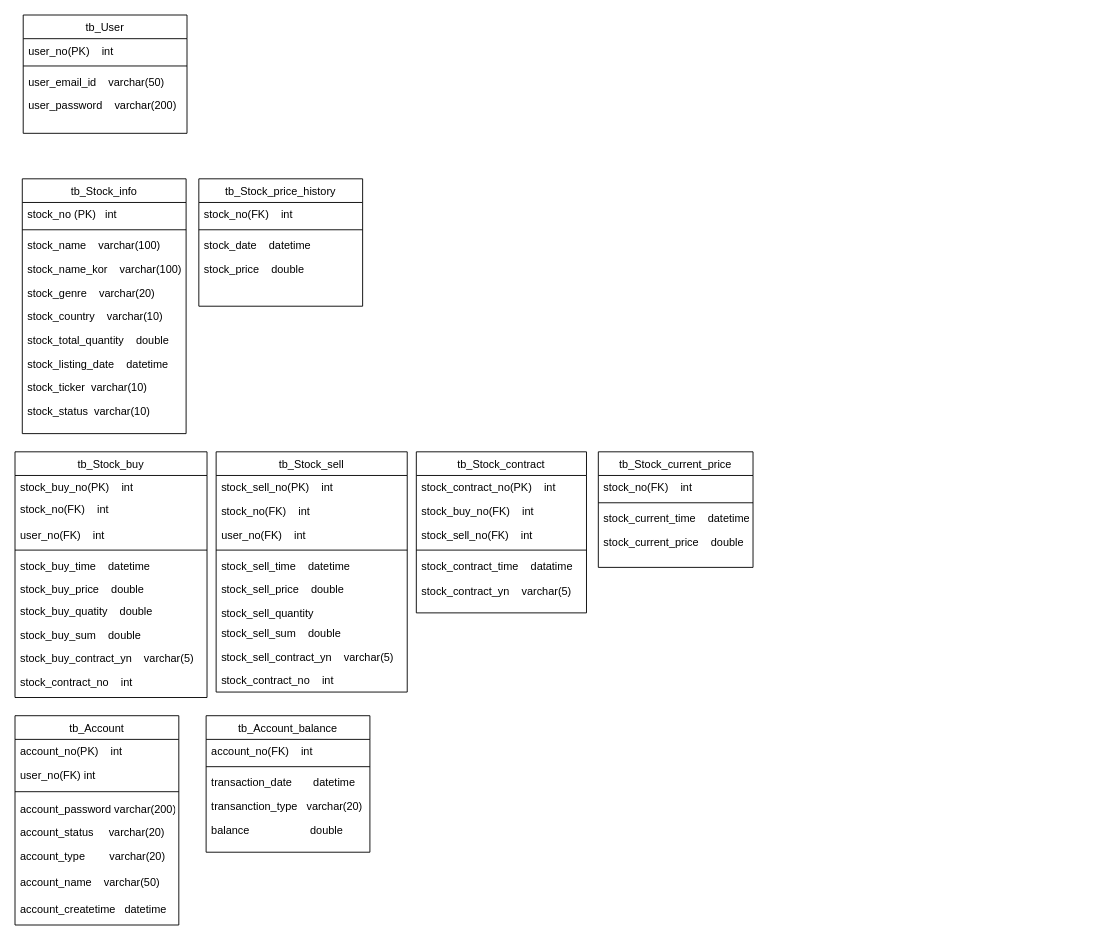
The draw.io diagram stockERD.drawio in kmg4376/hello-world, before the edit. Source tidied: cells renumbered, new cells numbered last; positions are measured from the earlier drawing's top-left corner, leaving out a move shared by most shapes. Both pictures are drawn from the tidied source at 91%, with x=0, y=0 at pixel (15, 15).
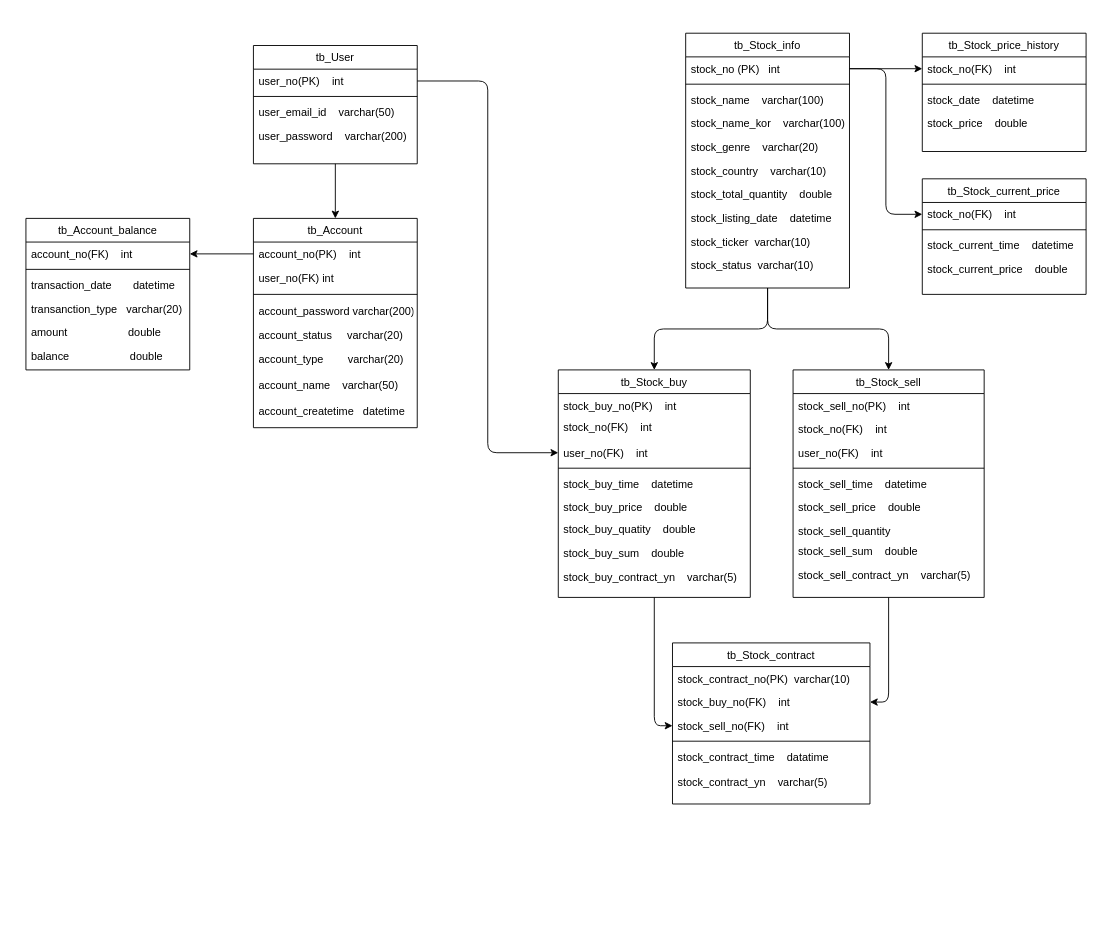
Above is the later version.

Unchanged cells that the change refers to:
```xml
<mxCell id="3" value="user_no(PK)    int" style="text;align=left;verticalAlign=top;spacingLeft=4;spacingRight=4;overflow=hidden;points=[[0,0.5],[1,0.5]];portConstraint=eastwest;" parent="2" vertex="1">
  <mxGeometry y="26" width="180" height="26" as="geometry" />
</mxCell>
<mxCell id="8" value="stock_no(FK)    int" style="text;align=left;verticalAlign=top;spacingLeft=4;spacingRight=4;overflow=hidden;points=[[0,0.5],[1,0.5]];portConstraint=eastwest;" parent="7" vertex="1">
  <mxGeometry y="26" width="180" height="26" as="geometry" />
</mxCell>
<mxCell id="13" value="stock_no (PK)   int" style="text;align=left;verticalAlign=top;spacingLeft=4;spacingRight=4;overflow=hidden;points=[[0,0.5],[1,0.5]];portConstraint=eastwest;" parent="12" vertex="1">
  <mxGeometry y="26" width="180" height="26" as="geometry" />
</mxCell>
<mxCell id="26" value="user_no(FK)    int" style="text;align=left;verticalAlign=top;spacingLeft=4;spacingRight=4;overflow=hidden;points=[[0,0.5],[1,0.5]];portConstraint=eastwest;" parent="23" vertex="1">
  <mxGeometry y="78" width="211" height="26" as="geometry" />
</mxCell>
<mxCell id="58" value="account_no(PK)    int" style="text;align=left;verticalAlign=top;spacingLeft=4;spacingRight=4;overflow=hidden;points=[[0,0.5],[1,0.5]];portConstraint=eastwest;" parent="57" vertex="1">
  <mxGeometry y="26" width="180" height="26" as="geometry" />
</mxCell>
<mxCell id="67" value="account_no(FK)    int" style="text;align=left;verticalAlign=top;spacingLeft=4;spacingRight=4;overflow=hidden;points=[[0,0.5],[1,0.5]];portConstraint=eastwest;" parent="66" vertex="1">
  <mxGeometry y="26" width="180" height="26" as="geometry" />
</mxCell>
```

Change to the diagram source:
```diff
@@
+    <mxCell id="72" style="edgeStyle=orthogonalEdgeStyle;curved=0;rounded=1;sketch=0;jettySize=auto;html=1;exitX=0.5;exitY=1;exitDx=0;exitDy=0;entryX=0.5;entryY=0;entryDx=0;entryDy=0;" parent="1" edge="1" source="2" target="57">
+      <mxGeometry relative="1" as="geometry" />
+    </mxCell>
     <mxCell id="2" value="tb_User" style="swimlane;fontStyle=0;align=center;verticalAlign=top;horizontal=1;startSize=26;rounded=0;shadow=0;strokeWidth=1;" parent="1" vertex="1">
-      <mxGeometry x="9" width="180" height="130" as="geometry" />
+      <mxGeometry x="262" y="33.5" width="180" height="130" as="geometry" />
     </mxCell>
@@
     <mxCell id="7" value="tb_Stock_price_history" style="swimlane;fontStyle=0;align=center;verticalAlign=top;horizontal=1;startSize=26;rounded=0;shadow=0;strokeWidth=1;" parent="1" vertex="1">
-      <mxGeometry x="202" y="180" width="180" height="140" as="geometry" />
+      <mxGeometry x="997" y="20" width="180" height="130" as="geometry" />
     </mxCell>
@@
+    <mxCell id="73" style="edgeStyle=orthogonalEdgeStyle;curved=0;rounded=1;sketch=0;jettySize=auto;html=1;exitX=0.5;exitY=1;exitDx=0;exitDy=0;entryX=0.5;entryY=0;entryDx=0;entryDy=0;" parent="1" edge="1" source="12" target="23">
+      <mxGeometry relative="1" as="geometry" />
+    </mxCell>
+    <mxCell id="74" style="edgeStyle=orthogonalEdgeStyle;curved=0;rounded=1;sketch=0;jettySize=auto;html=1;exitX=0.5;exitY=1;exitDx=0;exitDy=0;" parent="1" edge="1" source="12" target="34">
+      <mxGeometry relative="1" as="geometry" />
+    </mxCell>
     <mxCell id="12" value="tb_Stock_info" style="swimlane;fontStyle=0;align=center;verticalAlign=top;horizontal=1;startSize=26;rounded=0;shadow=0;strokeWidth=1;" parent="1" vertex="1">
-      <mxGeometry x="8" y="180" width="180" height="280" as="geometry" />
+      <mxGeometry x="737" y="20" width="180" height="280" as="geometry" />
     </mxCell>
@@
+    <mxCell id="75" style="edgeStyle=orthogonalEdgeStyle;curved=0;rounded=1;sketch=0;jettySize=auto;html=1;entryX=0;entryY=0.5;entryDx=0;entryDy=0;" parent="1" edge="1" source="23" target="53">
+      <mxGeometry relative="1" as="geometry" />
+    </mxCell>
     <mxCell id="23" value="tb_Stock_buy" style="swimlane;fontStyle=0;align=center;verticalAlign=top;horizontal=1;startSize=26;rounded=0;shadow=0;strokeWidth=1;" parent="1" vertex="1">
-      <mxGeometry y="480" width="211" height="270" as="geometry" />
+      <mxGeometry x="597" y="390" width="211" height="250" as="geometry" />
     </mxCell>
@@
-    <mxCell id="33" value="stock_contract_no    int" style="text;align=left;verticalAlign=top;spacingLeft=4;spacingRight=4;overflow=hidden;" parent="23" vertex="1">
-      <mxGeometry y="240" width="211" height="26" as="geometry" />
-    </mxCell>
+    <mxCell id="76" style="edgeStyle=orthogonalEdgeStyle;curved=0;rounded=1;sketch=0;jettySize=auto;html=1;exitX=0.5;exitY=1;exitDx=0;exitDy=0;entryX=1;entryY=0.5;entryDx=0;entryDy=0;" parent="1" edge="1" source="34" target="52">
+      <mxGeometry relative="1" as="geometry" />
+    </mxCell>
     <mxCell id="34" value="tb_Stock_sell" style="swimlane;fontStyle=0;align=center;verticalAlign=top;horizontal=1;startSize=26;rounded=0;shadow=0;strokeWidth=1;" parent="1" vertex="1">
-      <mxGeometry x="221" y="480" width="210" height="264" as="geometry" />
+      <mxGeometry x="855" y="390" width="210" height="250" as="geometry" />
     </mxCell>
@@
-    <mxCell id="44" value="stock_contract_no    int" style="text;align=left;verticalAlign=top;spacingLeft=4;spacingRight=4;overflow=hidden;" parent="34" vertex="1">
-      <mxGeometry y="238" width="210" height="26" as="geometry" />
-    </mxCell>
     <mxCell id="45" value="tb_Stock_current_price" style="swimlane;fontStyle=0;align=center;verticalAlign=top;horizontal=1;startSize=26;rounded=0;shadow=0;strokeWidth=1;" parent="1" vertex="1">
-      <mxGeometry x="641" y="480" width="170" height="127" as="geometry" />
+      <mxGeometry x="997" y="180" width="180" height="127" as="geometry" />
     </mxCell>
     <mxCell id="46" value="stock_no(FK)    int" style="text;align=left;verticalAlign=top;spacingLeft=4;spacingRight=4;overflow=hidden;points=[[0,0.5],[1,0.5]];portConstraint=eastwest;" parent="45" vertex="1">
-      <mxGeometry y="26" width="170" height="26" as="geometry" />
+      <mxGeometry y="26" width="180" height="26" as="geometry" />
     </mxCell>
     <mxCell id="47" style="line;html=1;strokeWidth=1;align=left;verticalAlign=middle;spacingTop=-1;spacingLeft=3;spacingRight=3;labelPosition=right;" parent="45" vertex="1">
-      <mxGeometry y="52" width="170" height="8" as="geometry" />
+      <mxGeometry y="52" width="180" height="8" as="geometry" />
     </mxCell>
     <mxCell id="48" value="stock_current_time    datetime" style="text;align=left;verticalAlign=top;spacingLeft=4;spacingRight=4;overflow=hidden;" parent="45" vertex="1">
-      <mxGeometry y="60" width="170" height="26" as="geometry" />
+      <mxGeometry y="60" width="180" height="26" as="geometry" />
     </mxCell>
     <mxCell id="49" value="stock_current_price    double" style="text;align=left;verticalAlign=top;spacingLeft=4;spacingRight=4;overflow=hidden;" parent="45" vertex="1">
-      <mxGeometry y="86" width="170" height="26" as="geometry" />
+      <mxGeometry y="86" width="180" height="26" as="geometry" />
     </mxCell>
     <mxCell id="50" value="tb_Stock_contract" style="swimlane;fontStyle=0;align=center;verticalAlign=top;horizontal=1;startSize=26;rounded=0;shadow=0;strokeWidth=1;" parent="1" vertex="1">
-      <mxGeometry x="441" y="480" width="187" height="177" as="geometry" />
+      <mxGeometry x="722.5" y="690" width="217" height="177" as="geometry" />
     </mxCell>
-    <mxCell id="51" value="stock_contract_no(PK)    int" style="text;align=left;verticalAlign=top;spacingLeft=4;spacingRight=4;overflow=hidden;" parent="50" vertex="1">
-      <mxGeometry y="26" width="187" height="26" as="geometry" />
+    <mxCell id="51" value="stock_contract_no(PK)  varchar(10)" style="text;align=left;verticalAlign=top;spacingLeft=4;spacingRight=4;overflow=hidden;" parent="50" vertex="1">
+      <mxGeometry y="26" width="217" height="26" as="geometry" />
     </mxCell>
     <mxCell id="52" value="stock_buy_no(FK)    int" style="text;align=left;verticalAlign=top;spacingLeft=4;spacingRight=4;overflow=hidden;points=[[0,0.5],[1,0.5]];portConstraint=eastwest;" parent="50" vertex="1">
-      <mxGeometry y="52" width="187" height="26" as="geometry" />
+      <mxGeometry y="52" width="217" height="26" as="geometry" />
     </mxCell>
     <mxCell id="53" value="stock_sell_no(FK)    int" style="text;align=left;verticalAlign=top;spacingLeft=4;spacingRight=4;overflow=hidden;points=[[0,0.5],[1,0.5]];portConstraint=eastwest;" parent="50" vertex="1">
-      <mxGeometry y="78" width="187" height="26" as="geometry" />
+      <mxGeometry y="78" width="217" height="26" as="geometry" />
     </mxCell>
     <mxCell id="54" style="line;html=1;strokeWidth=1;align=left;verticalAlign=middle;spacingTop=-1;spacingLeft=3;spacingRight=3;labelPosition=right;" parent="50" vertex="1">
-      <mxGeometry y="104" width="187" height="8" as="geometry" />
+      <mxGeometry y="104" width="217" height="8" as="geometry" />
     </mxCell>
     <mxCell id="55" value="stock_contract_time    datatime" style="text;align=left;verticalAlign=top;spacingLeft=4;spacingRight=4;overflow=hidden;" parent="50" vertex="1">
-      <mxGeometry y="112" width="187" height="28" as="geometry" />
+      <mxGeometry y="112" width="217" height="28" as="geometry" />
     </mxCell>
     <mxCell id="56" value="stock_contract_yn    varchar(5)" style="text;align=left;verticalAlign=top;spacingLeft=4;spacingRight=4;overflow=hidden;" parent="50" vertex="1">
-      <mxGeometry y="140" width="187" height="28" as="geometry" />
+      <mxGeometry y="140" width="217" height="28" as="geometry" />
     </mxCell>
     <mxCell id="57" value="tb_Account" style="swimlane;fontStyle=0;align=center;verticalAlign=top;horizontal=1;startSize=26;rounded=0;shadow=0;strokeWidth=1;" parent="1" vertex="1">
-      <mxGeometry y="770" width="180" height="230" as="geometry" />
+      <mxGeometry x="262" y="223.5" width="180" height="230" as="geometry" />
     </mxCell>
@@
     <mxCell id="66" value="tb_Account_balance" style="swimlane;fontStyle=0;align=center;verticalAlign=top;horizontal=1;startSize=26;rounded=0;shadow=0;strokeWidth=1;" parent="1" vertex="1">
-      <mxGeometry x="210" y="770" width="180" height="150" as="geometry" />
+      <mxGeometry x="12" y="223.5" width="180" height="166.5" as="geometry" />
     </mxCell>
@@
-    <mxCell id="71" value="balance                    double" style="text;align=left;verticalAlign=top;spacingLeft=4;spacingRight=4;overflow=hidden;" parent="66" vertex="1">
+    <mxCell id="71" value="amount                    double&#10;" style="text;align=left;verticalAlign=top;spacingLeft=4;spacingRight=4;overflow=hidden;" parent="66" vertex="1">
       <mxGeometry y="112" width="180" height="26" as="geometry" />
     </mxCell>
+    <mxCell id="77" value="balance                    double" style="text;align=left;verticalAlign=top;spacingLeft=4;spacingRight=4;overflow=hidden;" parent="66" vertex="1">
+      <mxGeometry y="138" width="180" height="26" as="geometry" />
+    </mxCell>
+    <mxCell id="78" style="edgeStyle=orthogonalEdgeStyle;curved=0;rounded=1;sketch=0;jettySize=auto;html=1;exitX=1;exitY=0.5;exitDx=0;exitDy=0;" parent="1" edge="1" source="13" target="8">
+      <mxGeometry relative="1" as="geometry" />
+    </mxCell>
+    <mxCell id="79" style="edgeStyle=orthogonalEdgeStyle;curved=0;rounded=1;sketch=0;jettySize=auto;html=1;exitX=1;exitY=0.5;exitDx=0;exitDy=0;entryX=0;entryY=0.5;entryDx=0;entryDy=0;" parent="1" edge="1" source="13" target="46">
+      <mxGeometry relative="1" as="geometry" />
+    </mxCell>
+    <mxCell id="80" style="edgeStyle=orthogonalEdgeStyle;curved=0;rounded=1;sketch=0;jettySize=auto;html=1;exitX=0;exitY=0.5;exitDx=0;exitDy=0;entryX=1;entryY=0.5;entryDx=0;entryDy=0;" parent="1" edge="1" source="58" target="67">
+      <mxGeometry relative="1" as="geometry" />
+    </mxCell>
+    <mxCell id="81" style="edgeStyle=orthogonalEdgeStyle;curved=0;rounded=1;sketch=0;jettySize=auto;html=1;" parent="1" edge="1" source="3" target="26">
+      <mxGeometry relative="1" as="geometry" />
+    </mxCell>
```
